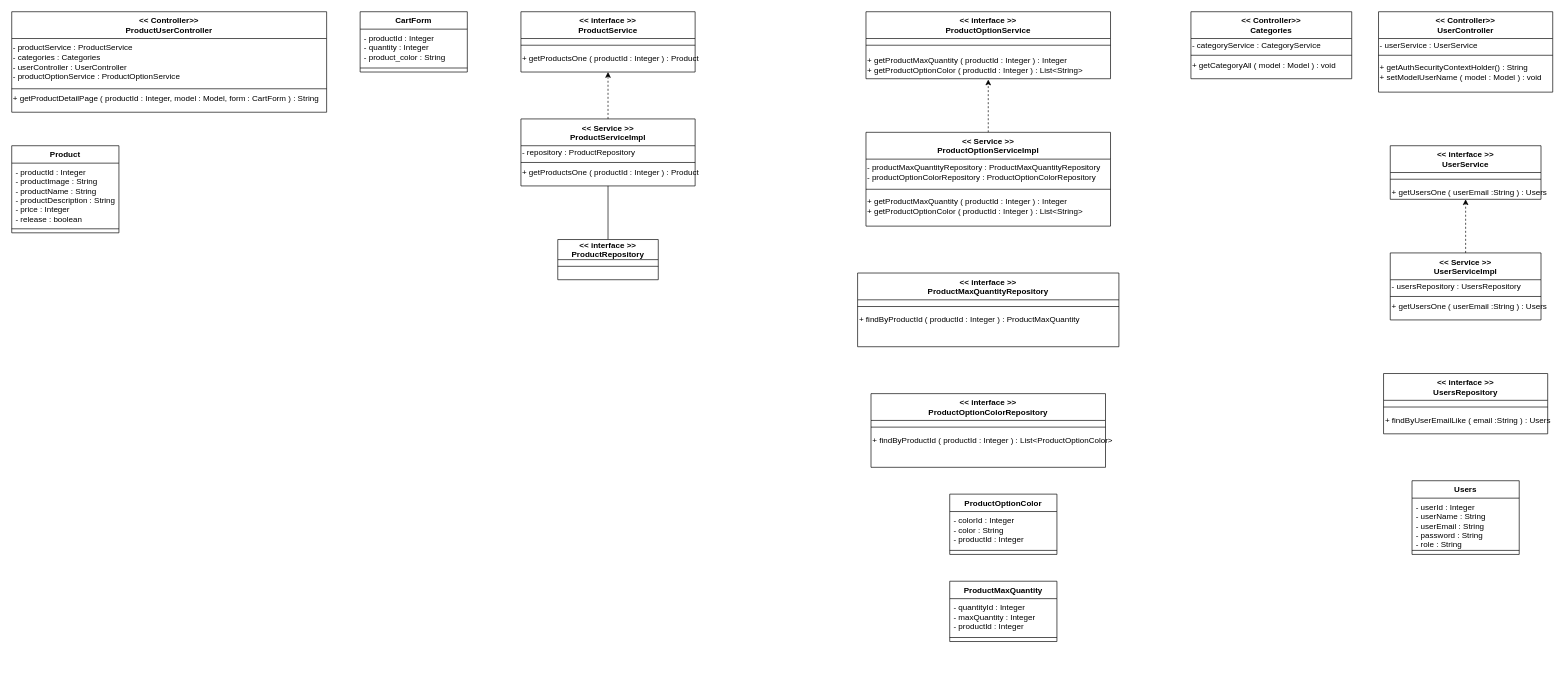
Above: page "商品詳細ページ表示（ユーザー用）" (19 of 20) of クラス図.drawio in kumikoarai/ecsite (draw.io), before the change. Source tidied: cells renumbered, new cells numbered last; positions are measured from the earlier drawing's top-left corner, leaving out a move shared by most shapes. Both pictures are drawn from the tidied source at 67%, with x=0, y=0 at pixel (11, 11).
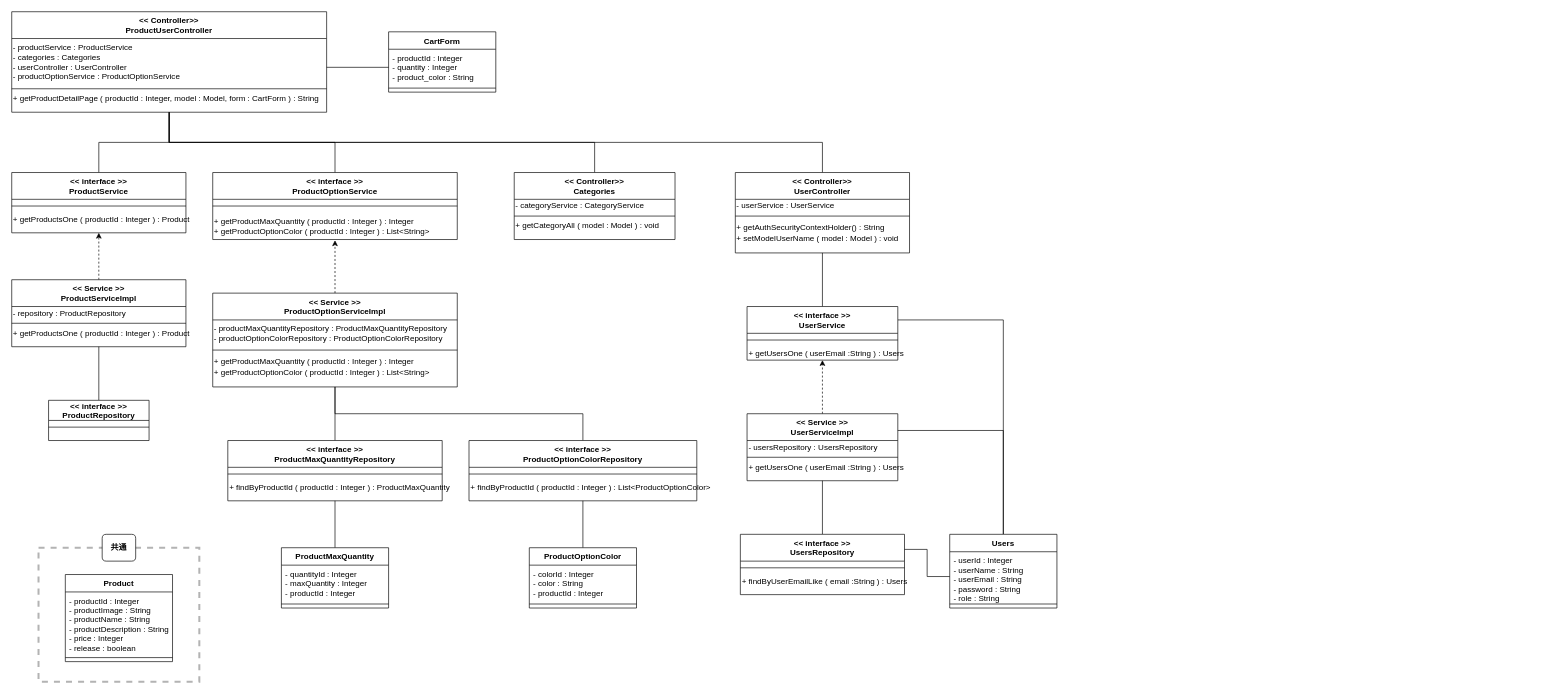
The same page after the edit.

The change refers to these unchanged cells:
```xml
<mxCell id="2" value="&lt;&lt; Controller&gt;&gt;&#10;ProductUserController" style="swimlane;fontStyle=1;align=center;verticalAlign=middle;horizontal=1;startSize=40;rounded=0;shadow=0;strokeWidth=1;" parent="1" vertex="1">
  <mxGeometry width="470" height="150" as="geometry" />
</mxCell>
<mxCell id="3" value="&lt;p style=&quot;margin-top: 0pt; margin-bottom: 0pt; margin-left: 0in; direction: ltr; unicode-bidi: embed; word-break: normal;&quot;&gt;-&amp;nbsp;productService :&amp;nbsp;ProductService&lt;/p&gt;&lt;p style=&quot;margin-top: 0pt; margin-bottom: 0pt; margin-left: 0in; direction: ltr; unicode-bidi: embed; word-break: normal;&quot;&gt;-&amp;nbsp;categories :&amp;nbsp;Categories&lt;/p&gt;&lt;p style=&quot;margin-top: 0pt; margin-bottom: 0pt; margin-left: 0in; direction: ltr; unicode-bidi: embed; word-break: normal;&quot;&gt;-&amp;nbsp;userController :&amp;nbsp;UserController&lt;/p&gt;&lt;p style=&quot;margin-top: 0pt; margin-bottom: 0pt; margin-left: 0in; direction: ltr; unicode-bidi: embed; word-break: normal;&quot;&gt;-&amp;nbsp;productOptionService :&amp;nbsp;ProductOptionService&lt;/p&gt;" style="text;align=left;verticalAlign=middle;points=[];strokeColor=none;fillColor=none;spacing=2;html=1;spacingTop=-1;" parent="2" vertex="1">
  <mxGeometry y="40" width="470" height="70" as="geometry" />
</mxCell>
<mxCell id="7" value="- productId : Integer&#10;- quantity : Integer&#10;- product_color : String" style="text;align=left;verticalAlign=top;spacingLeft=4;spacingRight=4;overflow=hidden;points=[[0,0.5],[1,0.5]];portConstraint=eastwest;" parent="6" vertex="1">
  <mxGeometry y="26" width="160" height="54" as="geometry" />
</mxCell>
<mxCell id="63" value="- userId : Integer&#10;- userName : String&#10;- userEmail : String&#10;- password : String&#10;- role : String" style="text;align=left;verticalAlign=top;spacingLeft=4;spacingRight=4;overflow=hidden;points=[[0,0.5],[1,0.5]];portConstraint=eastwest;" parent="62" vertex="1">
  <mxGeometry y="26" width="160" height="74" as="geometry" />
</mxCell>
```

What changed in the source:
```diff
@@
+    <mxCell id="65" style="rounded=0;whiteSpace=wrap;html=1;dashed=1;labelBackgroundColor=none;labelBorderColor=none;strokeColor=#B3B3B3;strokeWidth=3;fontSize=12;" parent="1" vertex="1">
+      <mxGeometry x="40" y="800" width="240" height="200" as="geometry" />
+    </mxCell>
+    <mxCell id="66" value="共通" style="rounded=1;whiteSpace=wrap;html=1;fontStyle=1;fontSize=12;" parent="1" vertex="1">
+      <mxGeometry x="135" y="780" width="50" height="40" as="geometry" />
+    </mxCell>
+    <mxCell id="67" style="edgeStyle=orthogonalEdgeStyle;rounded=0;jettySize=auto;html=1;exitX=0.5;exitY=1;exitDx=0;exitDy=0;entryX=0.5;entryY=0;entryDx=0;entryDy=0;endArrow=none;endFill=0;" parent="1" edge="1" source="2" target="12">
+      <mxGeometry relative="1" as="geometry" />
+    </mxCell>
+    <mxCell id="68" style="edgeStyle=orthogonalEdgeStyle;rounded=0;jettySize=auto;html=1;exitX=0.5;exitY=1;exitDx=0;exitDy=0;entryX=0.5;entryY=0;entryDx=0;entryDy=0;endArrow=none;endFill=0;" parent="1" edge="1" source="2" target="23">
+      <mxGeometry relative="1" as="geometry" />
+    </mxCell>
+    <mxCell id="69" style="edgeStyle=orthogonalEdgeStyle;rounded=0;jettySize=auto;html=1;exitX=0.5;exitY=1;exitDx=0;exitDy=0;entryX=0.5;entryY=0;entryDx=0;entryDy=0;endArrow=none;endFill=0;" parent="1" edge="1" source="2" target="37">
+      <mxGeometry relative="1" as="geometry" />
+    </mxCell>
+    <mxCell id="70" style="edgeStyle=orthogonalEdgeStyle;rounded=0;jettySize=auto;html=1;exitX=0.5;exitY=1;exitDx=0;exitDy=0;entryX=0.5;entryY=0;entryDx=0;entryDy=0;endArrow=none;endFill=0;" parent="1" edge="1" source="2" target="41">
+      <mxGeometry relative="1" as="geometry" />
+    </mxCell>
@@
     <mxCell id="6" value="CartForm" style="swimlane;fontStyle=1;align=center;verticalAlign=middle;horizontal=1;startSize=26;rounded=0;shadow=0;strokeWidth=1;" parent="1" vertex="1">
-      <mxGeometry x="520" width="160" height="90" as="geometry" />
+      <mxGeometry x="562.5" y="30" width="160" height="90" as="geometry" />
     </mxCell>
@@
     <mxCell id="9" value="Product" style="swimlane;fontStyle=1;align=center;verticalAlign=top;horizontal=1;startSize=26;rounded=0;shadow=0;strokeWidth=1;" parent="1" vertex="1">
-      <mxGeometry y="200" width="160" height="130" as="geometry" />
+      <mxGeometry x="80" y="840" width="160" height="130" as="geometry" />
     </mxCell>
@@
     <mxCell id="12" value="&lt;&lt; interface &gt;&gt;&#10;ProductService" style="swimlane;fontStyle=1;align=center;verticalAlign=middle;horizontal=1;startSize=40;rounded=0;shadow=0;strokeWidth=1;" parent="1" vertex="1">
-      <mxGeometry x="760" width="260" height="90" as="geometry" />
+      <mxGeometry y="240" width="260" height="90" as="geometry" />
     </mxCell>
@@
     <mxCell id="16" value="&lt;&lt; Service &gt;&gt;&#10;ProductServiceImpl" style="swimlane;fontStyle=1;align=center;verticalAlign=middle;horizontal=1;startSize=40;rounded=0;shadow=0;strokeWidth=1;" parent="1" vertex="1">
-      <mxGeometry x="760" y="160" width="260" height="100" as="geometry" />
+      <mxGeometry y="400" width="260" height="100" as="geometry" />
     </mxCell>
@@
     <mxCell id="21" value="&lt;&lt; interface &gt;&gt;&#10;ProductRepository" style="swimlane;fontStyle=1;align=center;verticalAlign=middle;horizontal=1;startSize=30;rounded=0;shadow=0;strokeWidth=1;" parent="1" vertex="1">
-      <mxGeometry x="815" y="340" width="150" height="60" as="geometry" />
+      <mxGeometry x="55" y="580" width="150" height="60" as="geometry" />
     </mxCell>
@@
     <mxCell id="23" value="&lt;&lt; interface &gt;&gt;&#10;ProductOptionService" style="swimlane;fontStyle=1;align=center;verticalAlign=middle;horizontal=1;startSize=40;rounded=0;shadow=0;strokeWidth=1;" parent="1" vertex="1">
-      <mxGeometry x="1275" width="365" height="100" as="geometry" />
+      <mxGeometry x="300" y="240" width="365" height="100" as="geometry" />
     </mxCell>
@@
+    <mxCell id="71" style="edgeStyle=orthogonalEdgeStyle;rounded=0;jettySize=auto;html=1;exitX=0.5;exitY=1;exitDx=0;exitDy=0;entryX=0.5;entryY=0;entryDx=0;entryDy=0;endArrow=none;endFill=0;" parent="1" edge="1" source="27" target="34">
+      <mxGeometry relative="1" as="geometry" />
+    </mxCell>
     <mxCell id="27" value="&lt;&lt; Service &gt;&gt;&#10;ProductOptionServiceImpl" style="swimlane;fontStyle=1;align=center;verticalAlign=middle;horizontal=1;startSize=40;rounded=0;shadow=0;strokeWidth=1;" parent="1" vertex="1">
-      <mxGeometry x="1275" y="180" width="365" height="140" as="geometry" />
+      <mxGeometry x="300" y="420" width="365" height="140" as="geometry" />
     </mxCell>
@@
+    <mxCell id="72" style="edgeStyle=orthogonalEdgeStyle;rounded=0;jettySize=auto;html=1;exitX=0.5;exitY=0;exitDx=0;exitDy=0;entryX=0.5;entryY=1;entryDx=0;entryDy=0;endArrow=none;endFill=0;" parent="1" edge="1" source="31" target="27">
+      <mxGeometry relative="1" as="geometry" />
+    </mxCell>
     <mxCell id="31" value="&lt;&lt; interface &gt;&gt;&#10;ProductMaxQuantityRepository" style="swimlane;fontStyle=1;align=center;verticalAlign=middle;horizontal=1;startSize=40;rounded=0;shadow=0;strokeWidth=1;" parent="1" vertex="1">
-      <mxGeometry x="1262.5" y="390" width="390" height="110" as="geometry" />
+      <mxGeometry x="322.5" y="640" width="320" height="90" as="geometry" />
     </mxCell>
     <mxCell id="32" style="line;html=1;strokeWidth=1;align=left;verticalAlign=middle;spacingTop=-1;spacingLeft=3;spacingRight=3;labelPosition=right;" parent="31" vertex="1">
-      <mxGeometry y="40" width="390" height="20" as="geometry" />
+      <mxGeometry y="40" width="320" height="20" as="geometry" />
     </mxCell>
     <mxCell id="33" value="&lt;p style=&quot;margin-top: 0pt; margin-bottom: 0pt; margin-left: 0in; direction: ltr; unicode-bidi: embed; word-break: normal;&quot;&gt;&lt;/p&gt;&lt;font face=&quot;Calibri&quot;&gt;+ findByProductId ( productId :&amp;nbsp;&lt;/font&gt;&lt;span style=&quot;font-family: Calibri;&quot;&gt;Integer&amp;nbsp;&lt;/span&gt;&lt;font face=&quot;Calibri&quot;&gt;) :&amp;nbsp;&lt;/font&gt;&lt;span style=&quot;font-family: Calibri;&quot;&gt;ProductMaxQuantity&lt;/span&gt;&lt;font face=&quot;Calibri&quot;&gt;&lt;span style=&quot;background-color: initial;&quot;&gt;&lt;br&gt;&lt;/span&gt;&lt;/font&gt;" style="text;align=left;verticalAlign=middle;strokeColor=none;fillColor=none;spacing=2;html=1;spacingTop=-1;" parent="31" vertex="1">
-      <mxGeometry y="60" width="390" height="20" as="geometry" />
+      <mxGeometry y="60" width="320" height="20" as="geometry" />
     </mxCell>
     <mxCell id="34" value="&lt;&lt; interface &gt;&gt;&#10;ProductOptionColorRepository" style="swimlane;fontStyle=1;align=center;verticalAlign=middle;horizontal=1;startSize=40;rounded=0;shadow=0;strokeWidth=1;" parent="1" vertex="1">
-      <mxGeometry x="1282.5" y="570" width="350" height="110" as="geometry" />
+      <mxGeometry x="682.5" y="640" width="340" height="90" as="geometry" />
     </mxCell>
     <mxCell id="35" style="line;html=1;strokeWidth=1;align=left;verticalAlign=middle;spacingTop=-1;spacingLeft=3;spacingRight=3;labelPosition=right;" parent="34" vertex="1">
-      <mxGeometry y="40" width="350" height="20" as="geometry" />
+      <mxGeometry y="40" width="340" height="20" as="geometry" />
     </mxCell>
     <mxCell id="36" value="&lt;p style=&quot;margin-top: 0pt; margin-bottom: 0pt; margin-left: 0in; direction: ltr; unicode-bidi: embed; word-break: normal;&quot;&gt;&lt;/p&gt;&lt;font face=&quot;Calibri&quot;&gt;+ findByProductId ( productId :&amp;nbsp;&lt;/font&gt;&lt;span style=&quot;font-family: Calibri;&quot;&gt;Integer&amp;nbsp;&lt;/span&gt;&lt;font face=&quot;Calibri&quot;&gt;) :&amp;nbsp;&lt;/font&gt;&lt;span style=&quot;font-family: Calibri;&quot;&gt;List&amp;lt;ProductOptionColor&amp;gt;&lt;/span&gt;&lt;font face=&quot;Calibri&quot;&gt;&lt;br&gt;&lt;/font&gt;" style="text;align=left;verticalAlign=middle;strokeColor=none;fillColor=none;spacing=2;html=1;spacingTop=-1;" parent="34" vertex="1">
-      <mxGeometry y="60" width="350" height="20" as="geometry" />
+      <mxGeometry y="60" width="340" height="20" as="geometry" />
     </mxCell>
     <mxCell id="37" value="&lt;&lt; Controller&gt;&gt;&#10;Categories" style="swimlane;fontStyle=1;align=center;verticalAlign=middle;horizontal=1;startSize=40;rounded=0;shadow=0;strokeWidth=1;" parent="1" vertex="1">
-      <mxGeometry x="1760" width="240" height="100" as="geometry" />
+      <mxGeometry x="750" y="240" width="240" height="100" as="geometry" />
     </mxCell>
@@
     <mxCell id="41" value="&lt;&lt; Controller&gt;&gt;&#10;UserController" style="swimlane;fontStyle=1;align=center;verticalAlign=middle;horizontal=1;startSize=40;rounded=0;shadow=0;strokeWidth=1;" parent="1" vertex="1">
-      <mxGeometry x="2040" width="260" height="120" as="geometry" />
+      <mxGeometry x="1080" y="240" width="260" height="120" as="geometry" />
     </mxCell>
@@
+    <mxCell id="73" style="edgeStyle=orthogonalEdgeStyle;rounded=0;jettySize=auto;html=1;exitX=0.5;exitY=0;exitDx=0;exitDy=0;entryX=0.5;entryY=1;entryDx=0;entryDy=0;endArrow=none;endFill=0;" parent="1" edge="1" source="45" target="31">
+      <mxGeometry relative="1" as="geometry" />
+    </mxCell>
     <mxCell id="45" value="ProductMaxQuantity" style="swimlane;fontStyle=1;align=center;verticalAlign=middle;horizontal=1;startSize=26;rounded=0;shadow=0;strokeWidth=1;" parent="1" vertex="1">
-      <mxGeometry x="1400" y="850" width="160" height="90" as="geometry" />
+      <mxGeometry x="402.5" y="800" width="160" height="90" as="geometry" />
     </mxCell>
@@
+    <mxCell id="74" style="edgeStyle=orthogonalEdgeStyle;rounded=0;jettySize=auto;html=1;exitX=0.5;exitY=0;exitDx=0;exitDy=0;entryX=0.5;entryY=1;entryDx=0;entryDy=0;endArrow=none;endFill=0;" parent="1" edge="1" source="48" target="34">
+      <mxGeometry relative="1" as="geometry" />
+    </mxCell>
     <mxCell id="48" value="ProductOptionColor" style="swimlane;fontStyle=1;align=center;verticalAlign=middle;horizontal=1;startSize=26;rounded=0;shadow=0;strokeWidth=1;" parent="1" vertex="1">
-      <mxGeometry x="1400" y="720" width="160" height="90" as="geometry" />
+      <mxGeometry x="772.5" y="800" width="160" height="90" as="geometry" />
     </mxCell>
@@
+    <mxCell id="75" style="edgeStyle=orthogonalEdgeStyle;rounded=0;jettySize=auto;html=1;exitX=0.5;exitY=0;exitDx=0;exitDy=0;entryX=0.5;entryY=1;entryDx=0;entryDy=0;endArrow=none;endFill=0;" parent="1" edge="1" source="51" target="41">
+      <mxGeometry relative="1" as="geometry" />
+    </mxCell>
+    <mxCell id="76" style="edgeStyle=orthogonalEdgeStyle;rounded=0;jettySize=auto;html=1;exitX=1;exitY=0.25;exitDx=0;exitDy=0;entryX=0.5;entryY=0;entryDx=0;entryDy=0;endArrow=none;endFill=0;" parent="1" edge="1" source="51" target="62">
+      <mxGeometry relative="1" as="geometry" />
+    </mxCell>
     <mxCell id="51" value="&lt;&lt; interface &gt;&gt;&#10;UserService" style="swimlane;fontStyle=1;align=center;verticalAlign=middle;horizontal=1;startSize=40;rounded=0;shadow=0;strokeWidth=1;" parent="1" vertex="1">
-      <mxGeometry x="2057.5" y="200" width="225" height="80" as="geometry" />
+      <mxGeometry x="1097.5" y="440" width="225" height="80" as="geometry" />
     </mxCell>
@@
     <mxCell id="55" value="&lt;&lt; Service &gt;&gt;&#10;UserServiceImpl" style="swimlane;fontStyle=1;align=center;verticalAlign=middle;horizontal=1;startSize=40;rounded=0;shadow=0;strokeWidth=1;" parent="1" vertex="1">
-      <mxGeometry x="2057.5" y="360" width="225" height="100" as="geometry" />
+      <mxGeometry x="1097.5" y="600" width="225" height="100" as="geometry" />
     </mxCell>
@@
+    <mxCell id="77" style="edgeStyle=orthogonalEdgeStyle;rounded=0;jettySize=auto;html=1;exitX=0.5;exitY=0;exitDx=0;exitDy=0;entryX=0.5;entryY=1;entryDx=0;entryDy=0;endArrow=none;endFill=0;" parent="1" edge="1" source="59" target="55">
+      <mxGeometry relative="1" as="geometry" />
+    </mxCell>
     <mxCell id="59" value="&lt;&lt; interface &gt;&gt;&#10;UsersRepository" style="swimlane;fontStyle=1;align=center;verticalAlign=middle;horizontal=1;startSize=40;rounded=0;shadow=0;strokeWidth=1;" parent="1" vertex="1">
-      <mxGeometry x="2047.5" y="540" width="245" height="90" as="geometry" />
+      <mxGeometry x="1087.5" y="780" width="245" height="90" as="geometry" />
     </mxCell>
@@
+    <mxCell id="78" style="edgeStyle=orthogonalEdgeStyle;rounded=0;jettySize=auto;html=1;exitX=0.5;exitY=0;exitDx=0;exitDy=0;entryX=1;entryY=0.25;entryDx=0;entryDy=0;endArrow=none;endFill=0;" parent="1" edge="1" source="62" target="55">
+      <mxGeometry relative="1" as="geometry" />
+    </mxCell>
     <mxCell id="62" value="Users" style="swimlane;fontStyle=1;align=center;verticalAlign=middle;horizontal=1;startSize=26;rounded=0;shadow=0;strokeWidth=1;" parent="1" vertex="1">
-      <mxGeometry x="2090" y="700" width="160" height="110" as="geometry" />
+      <mxGeometry x="1400" y="780" width="160" height="110" as="geometry" />
     </mxCell>
@@
+    <mxCell id="79" style="edgeStyle=orthogonalEdgeStyle;rounded=0;jettySize=auto;html=1;exitX=0;exitY=0.5;exitDx=0;exitDy=0;entryX=1;entryY=0.614;entryDx=0;entryDy=0;entryPerimeter=0;endArrow=none;endFill=0;" parent="1" edge="1" source="7" target="3">
+      <mxGeometry relative="1" as="geometry" />
+    </mxCell>
+    <mxCell id="80" style="edgeStyle=orthogonalEdgeStyle;rounded=0;jettySize=auto;html=1;exitX=0;exitY=0.5;exitDx=0;exitDy=0;entryX=1;entryY=0.25;entryDx=0;entryDy=0;endArrow=none;endFill=0;" parent="1" edge="1" source="63" target="59">
+      <mxGeometry relative="1" as="geometry" />
+    </mxCell>
```
